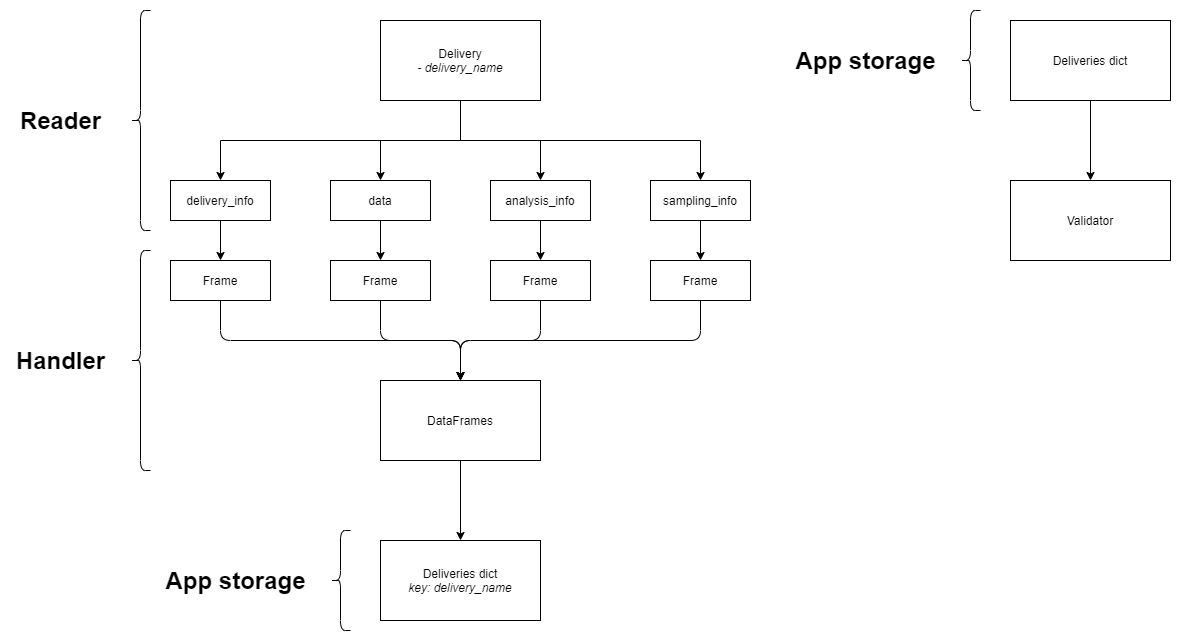
Before: doc/sketch.png, a diagram exported from draw.io (sharksmhi/sharkvalidator). Source tidied: cells renumbered, new cells last; positions are measured from the earlier drawing's top-left corner, leaving out a move shared by most shapes. Source of this version:
```xml
<mxGraphModel>
  <root>
    <mxCell id="0" />
    <mxCell id="1" parent="0" />
    <mxCell id="2" style="edgeStyle=orthogonalEdgeStyle;rounded=0;jettySize=auto;html=1;exitX=0.5;exitY=1;exitDx=0;exitDy=0;" parent="1" edge="1" source="3" target="7">
      <mxGeometry relative="1" as="geometry" />
    </mxCell>
    <mxCell id="3" value="Delivery&lt;br&gt;&lt;i&gt;- delivery_name&lt;/i&gt;" style="rounded=0;whiteSpace=wrap;html=1;" parent="1" vertex="1">
      <mxGeometry x="370" y="10" width="160" height="80" as="geometry" />
    </mxCell>
    <mxCell id="4" style="edgeStyle=orthogonalEdgeStyle;rounded=1;jettySize=auto;html=1;" parent="1" edge="1" source="5" target="23">
      <mxGeometry relative="1" as="geometry" />
    </mxCell>
    <mxCell id="5" value="delivery_info" style="rounded=0;whiteSpace=wrap;html=1;" parent="1" vertex="1">
      <mxGeometry x="160" y="170" width="100" height="40" as="geometry" />
    </mxCell>
    <mxCell id="6" style="edgeStyle=orthogonalEdgeStyle;rounded=1;jettySize=auto;html=1;" parent="1" edge="1" source="7" target="25">
      <mxGeometry relative="1" as="geometry" />
    </mxCell>
    <mxCell id="7" value="data" style="rounded=0;whiteSpace=wrap;html=1;" parent="1" vertex="1">
      <mxGeometry x="320" y="170" width="100" height="40" as="geometry" />
    </mxCell>
    <mxCell id="8" style="edgeStyle=orthogonalEdgeStyle;rounded=1;jettySize=auto;html=1;" parent="1" edge="1" source="9" target="11">
      <mxGeometry relative="1" as="geometry" />
    </mxCell>
    <mxCell id="9" value="analysis_info" style="rounded=0;whiteSpace=wrap;html=1;" parent="1" vertex="1">
      <mxGeometry x="480" y="170" width="100" height="40" as="geometry" />
    </mxCell>
    <mxCell id="10" style="edgeStyle=orthogonalEdgeStyle;rounded=1;jettySize=auto;html=1;" parent="1" edge="1" source="11" target="20">
      <mxGeometry relative="1" as="geometry" />
    </mxCell>
    <mxCell id="11" value="Frame" style="rounded=0;whiteSpace=wrap;html=1;" parent="1" vertex="1">
      <mxGeometry x="480" y="250" width="100" height="40" as="geometry" />
    </mxCell>
    <mxCell id="12" style="edgeStyle=orthogonalEdgeStyle;rounded=1;jettySize=auto;html=1;" parent="1" edge="1" source="13" target="15">
      <mxGeometry relative="1" as="geometry" />
    </mxCell>
    <mxCell id="13" value="sampling_info" style="rounded=0;whiteSpace=wrap;html=1;" parent="1" vertex="1">
      <mxGeometry x="640" y="170" width="100" height="40" as="geometry" />
    </mxCell>
    <mxCell id="14" style="edgeStyle=orthogonalEdgeStyle;rounded=1;jettySize=auto;html=1;entryX=0.5;entryY=0;entryDx=0;entryDy=0;" parent="1" edge="1" source="15" target="20">
      <mxGeometry relative="1" as="geometry">
        <Array as="points">
          <mxPoint x="690" y="330" />
          <mxPoint x="450" y="330" />
        </Array>
      </mxGeometry>
    </mxCell>
    <mxCell id="15" value="Frame" style="rounded=0;whiteSpace=wrap;html=1;" parent="1" vertex="1">
      <mxGeometry x="640" y="250" width="100" height="40" as="geometry" />
    </mxCell>
    <mxCell id="16" style="edgeStyle=orthogonalEdgeStyle;rounded=0;jettySize=auto;html=1;exitX=0.5;exitY=1;exitDx=0;exitDy=0;entryX=0.5;entryY=0;entryDx=0;entryDy=0;" parent="1" edge="1" source="3" target="5">
      <mxGeometry relative="1" as="geometry" />
    </mxCell>
    <mxCell id="17" style="edgeStyle=orthogonalEdgeStyle;rounded=0;jettySize=auto;html=1;exitX=0.5;exitY=1;exitDx=0;exitDy=0;entryX=0.5;entryY=0;entryDx=0;entryDy=0;" parent="1" edge="1" source="3" target="9">
      <mxGeometry relative="1" as="geometry" />
    </mxCell>
    <mxCell id="18" style="edgeStyle=orthogonalEdgeStyle;rounded=0;jettySize=auto;html=1;exitX=0.5;exitY=1;exitDx=0;exitDy=0;entryX=0.5;entryY=0;entryDx=0;entryDy=0;" parent="1" edge="1" source="3" target="13">
      <mxGeometry relative="1" as="geometry" />
    </mxCell>
    <mxCell id="19" style="edgeStyle=orthogonalEdgeStyle;rounded=1;jettySize=auto;html=1;" parent="1" edge="1" source="20" target="21">
      <mxGeometry relative="1" as="geometry" />
    </mxCell>
    <mxCell id="20" value="DataFrames" style="rounded=0;whiteSpace=wrap;html=1;" parent="1" vertex="1">
      <mxGeometry x="370" y="370" width="160" height="80" as="geometry" />
    </mxCell>
    <mxCell id="21" value="Deliveries dict&lt;br&gt;&lt;i&gt;key: delivery_name&lt;/i&gt;" style="rounded=0;whiteSpace=wrap;html=1;" parent="1" vertex="1">
      <mxGeometry x="370" y="530" width="160" height="80" as="geometry" />
    </mxCell>
    <mxCell id="22" style="edgeStyle=orthogonalEdgeStyle;rounded=1;jettySize=auto;html=1;entryX=0.5;entryY=0;entryDx=0;entryDy=0;" parent="1" edge="1" source="23" target="20">
      <mxGeometry relative="1" as="geometry">
        <Array as="points">
          <mxPoint x="210" y="330" />
          <mxPoint x="450" y="330" />
        </Array>
      </mxGeometry>
    </mxCell>
    <mxCell id="23" value="Frame" style="rounded=0;whiteSpace=wrap;html=1;" parent="1" vertex="1">
      <mxGeometry x="160" y="250" width="100" height="40" as="geometry" />
    </mxCell>
    <mxCell id="24" style="edgeStyle=orthogonalEdgeStyle;rounded=1;jettySize=auto;html=1;" parent="1" edge="1" source="25" target="20">
      <mxGeometry relative="1" as="geometry" />
    </mxCell>
    <mxCell id="25" value="Frame" style="rounded=0;whiteSpace=wrap;html=1;" parent="1" vertex="1">
      <mxGeometry x="320" y="250" width="100" height="40" as="geometry" />
    </mxCell>
    <mxCell id="26" style="shape=curlyBracket;whiteSpace=wrap;html=1;rounded=1;" parent="1" vertex="1">
      <mxGeometry x="120" width="20" height="220" as="geometry" />
    </mxCell>
    <mxCell id="27" value="Reader" style="text;strokeColor=none;fillColor=none;html=1;fontSize=24;fontStyle=1;verticalAlign=middle;align=center;" parent="1" vertex="1">
      <mxGeometry y="90" width="100" height="40" as="geometry" />
    </mxCell>
    <mxCell id="28" style="shape=curlyBracket;whiteSpace=wrap;html=1;rounded=1;" parent="1" vertex="1">
      <mxGeometry x="120" y="240" width="20" height="220" as="geometry" />
    </mxCell>
    <mxCell id="29" value="Handler" style="text;strokeColor=none;fillColor=none;html=1;fontSize=24;fontStyle=1;verticalAlign=middle;align=center;" parent="1" vertex="1">
      <mxGeometry y="330" width="100" height="40" as="geometry" />
    </mxCell>
    <mxCell id="30" style="shape=curlyBracket;whiteSpace=wrap;html=1;rounded=1;" parent="1" vertex="1">
      <mxGeometry x="320" y="520" width="20" height="100" as="geometry" />
    </mxCell>
    <mxCell id="31" value="App storage" style="text;strokeColor=none;fillColor=none;html=1;fontSize=24;fontStyle=1;verticalAlign=middle;align=center;" parent="1" vertex="1">
      <mxGeometry x="150" y="550" width="150" height="40" as="geometry" />
    </mxCell>
    <mxCell id="32" style="edgeStyle=orthogonalEdgeStyle;rounded=1;jettySize=auto;html=1;" parent="1" edge="1" source="33" target="34">
      <mxGeometry relative="1" as="geometry" />
    </mxCell>
    <mxCell id="33" value="Deliveries dict" style="rounded=0;whiteSpace=wrap;html=1;" parent="1" vertex="1">
      <mxGeometry x="1000" y="10" width="160" height="80" as="geometry" />
    </mxCell>
    <mxCell id="34" value="Validator" style="rounded=0;whiteSpace=wrap;html=1;" parent="1" vertex="1">
      <mxGeometry x="1000" y="170" width="160" height="80" as="geometry" />
    </mxCell>
    <mxCell id="35" style="shape=curlyBracket;whiteSpace=wrap;html=1;rounded=1;" parent="1" vertex="1">
      <mxGeometry x="950" width="20" height="100" as="geometry" />
    </mxCell>
    <mxCell id="36" value="App storage" style="text;strokeColor=none;fillColor=none;html=1;fontSize=24;fontStyle=1;verticalAlign=middle;align=center;" parent="1" vertex="1">
      <mxGeometry x="780" y="30" width="150" height="40" as="geometry" />
    </mxCell>
  </root>
</mxGraphModel>
```
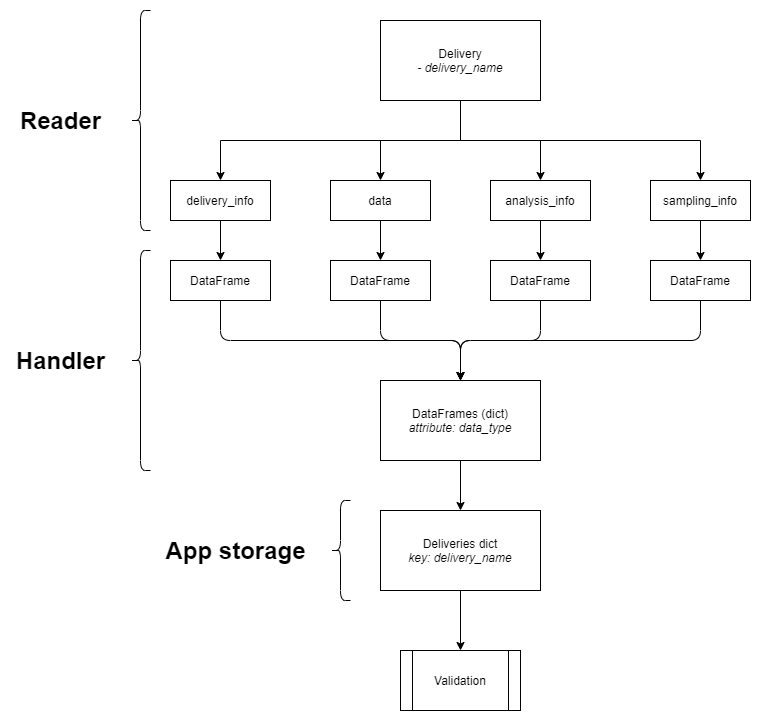
The same file after the commit.

The edit, as a diff of the source:
```diff
@@ -29,7 +29,7 @@
     <mxCell id="10" style="edgeStyle=orthogonalEdgeStyle;rounded=1;jettySize=auto;html=1;" parent="1" edge="1" source="11" target="20">
       <mxGeometry relative="1" as="geometry" />
     </mxCell>
-    <mxCell id="11" value="Frame" style="rounded=0;whiteSpace=wrap;html=1;" parent="1" vertex="1">
+    <mxCell id="11" value="DataFrame" style="rounded=0;whiteSpace=wrap;html=1;" parent="1" vertex="1">
       <mxGeometry x="480" y="250" width="100" height="40" as="geometry" />
     </mxCell>
     <mxCell id="12" style="edgeStyle=orthogonalEdgeStyle;rounded=1;jettySize=auto;html=1;" parent="1" edge="1" source="13" target="15">
@@ -46,7 +46,7 @@
         </Array>
       </mxGeometry>
     </mxCell>
-    <mxCell id="15" value="Frame" style="rounded=0;whiteSpace=wrap;html=1;" parent="1" vertex="1">
+    <mxCell id="15" value="DataFrame" style="rounded=0;whiteSpace=wrap;html=1;" parent="1" vertex="1">
       <mxGeometry x="640" y="250" width="100" height="40" as="geometry" />
     </mxCell>
     <mxCell id="16" style="edgeStyle=orthogonalEdgeStyle;rounded=0;jettySize=auto;html=1;exitX=0.5;exitY=1;exitDx=0;exitDy=0;entryX=0.5;entryY=0;entryDx=0;entryDy=0;" parent="1" edge="1" source="3" target="5">
@@ -61,11 +61,11 @@
     <mxCell id="19" style="edgeStyle=orthogonalEdgeStyle;rounded=1;jettySize=auto;html=1;" parent="1" edge="1" source="20" target="21">
       <mxGeometry relative="1" as="geometry" />
     </mxCell>
-    <mxCell id="20" value="DataFrames" style="rounded=0;whiteSpace=wrap;html=1;" parent="1" vertex="1">
+    <mxCell id="20" value="DataFrames (dict)&lt;br&gt;&lt;i&gt;attribute: data_type&lt;/i&gt;" style="rounded=0;whiteSpace=wrap;html=1;" parent="1" vertex="1">
       <mxGeometry x="370" y="370" width="160" height="80" as="geometry" />
     </mxCell>
     <mxCell id="21" value="Deliveries dict&lt;br&gt;&lt;i&gt;key: delivery_name&lt;/i&gt;" style="rounded=0;whiteSpace=wrap;html=1;" parent="1" vertex="1">
-      <mxGeometry x="370" y="530" width="160" height="80" as="geometry" />
+      <mxGeometry x="370" y="500" width="160" height="80" as="geometry" />
     </mxCell>
     <mxCell id="22" style="edgeStyle=orthogonalEdgeStyle;rounded=1;jettySize=auto;html=1;entryX=0.5;entryY=0;entryDx=0;entryDy=0;" parent="1" edge="1" source="23" target="20">
       <mxGeometry relative="1" as="geometry">
@@ -75,13 +75,13 @@
         </Array>
       </mxGeometry>
     </mxCell>
-    <mxCell id="23" value="Frame" style="rounded=0;whiteSpace=wrap;html=1;" parent="1" vertex="1">
+    <mxCell id="23" value="DataFrame" style="rounded=0;whiteSpace=wrap;html=1;" parent="1" vertex="1">
       <mxGeometry x="160" y="250" width="100" height="40" as="geometry" />
     </mxCell>
     <mxCell id="24" style="edgeStyle=orthogonalEdgeStyle;rounded=1;jettySize=auto;html=1;" parent="1" edge="1" source="25" target="20">
       <mxGeometry relative="1" as="geometry" />
     </mxCell>
-    <mxCell id="25" value="Frame" style="rounded=0;whiteSpace=wrap;html=1;" parent="1" vertex="1">
+    <mxCell id="25" value="DataFrame" style="rounded=0;whiteSpace=wrap;html=1;" parent="1" vertex="1">
       <mxGeometry x="320" y="250" width="100" height="40" as="geometry" />
     </mxCell>
     <mxCell id="26" style="shape=curlyBracket;whiteSpace=wrap;html=1;rounded=1;" parent="1" vertex="1">
@@ -97,25 +97,16 @@
       <mxGeometry y="330" width="100" height="40" as="geometry" />
     </mxCell>
     <mxCell id="30" style="shape=curlyBracket;whiteSpace=wrap;html=1;rounded=1;" parent="1" vertex="1">
-      <mxGeometry x="320" y="520" width="20" height="100" as="geometry" />
+      <mxGeometry x="320" y="490" width="20" height="100" as="geometry" />
     </mxCell>
     <mxCell id="31" value="App storage" style="text;strokeColor=none;fillColor=none;html=1;fontSize=24;fontStyle=1;verticalAlign=middle;align=center;" parent="1" vertex="1">
-      <mxGeometry x="150" y="550" width="150" height="40" as="geometry" />
+      <mxGeometry x="150" y="520" width="150" height="40" as="geometry" />
     </mxCell>
-    <mxCell id="32" style="edgeStyle=orthogonalEdgeStyle;rounded=1;jettySize=auto;html=1;" parent="1" edge="1" source="33" target="34">
+    <mxCell id="32" style="edgeStyle=orthogonalEdgeStyle;rounded=1;jettySize=auto;html=1;entryX=0.5;entryY=0;entryDx=0;entryDy=0;exitX=0.5;exitY=1;exitDx=0;exitDy=0;" parent="1" edge="1" source="21" target="37">
       <mxGeometry relative="1" as="geometry" />
     </mxCell>
-    <mxCell id="33" value="Deliveries dict" style="rounded=0;whiteSpace=wrap;html=1;" parent="1" vertex="1">
-      <mxGeometry x="1000" y="10" width="160" height="80" as="geometry" />
-    </mxCell>
-    <mxCell id="34" value="Validator" style="rounded=0;whiteSpace=wrap;html=1;" parent="1" vertex="1">
-      <mxGeometry x="1000" y="170" width="160" height="80" as="geometry" />
-    </mxCell>
-    <mxCell id="35" style="shape=curlyBracket;whiteSpace=wrap;html=1;rounded=1;" parent="1" vertex="1">
-      <mxGeometry x="950" width="20" height="100" as="geometry" />
-    </mxCell>
-    <mxCell id="36" value="App storage" style="text;strokeColor=none;fillColor=none;html=1;fontSize=24;fontStyle=1;verticalAlign=middle;align=center;" parent="1" vertex="1">
-      <mxGeometry x="780" y="30" width="150" height="40" as="geometry" />
-    </mxCell>
+    <mxCell id="37" value="&lt;span&gt;Validation&lt;/span&gt;" style="shape=process;whiteSpace=wrap;html=1;backgroundOutline=1;" parent="1" vertex="1">
+      <mxGeometry x="390" y="640" width="120" height="60" as="geometry" />
+    </mxCell>
   </root>
 </mxGraphModel>
```
